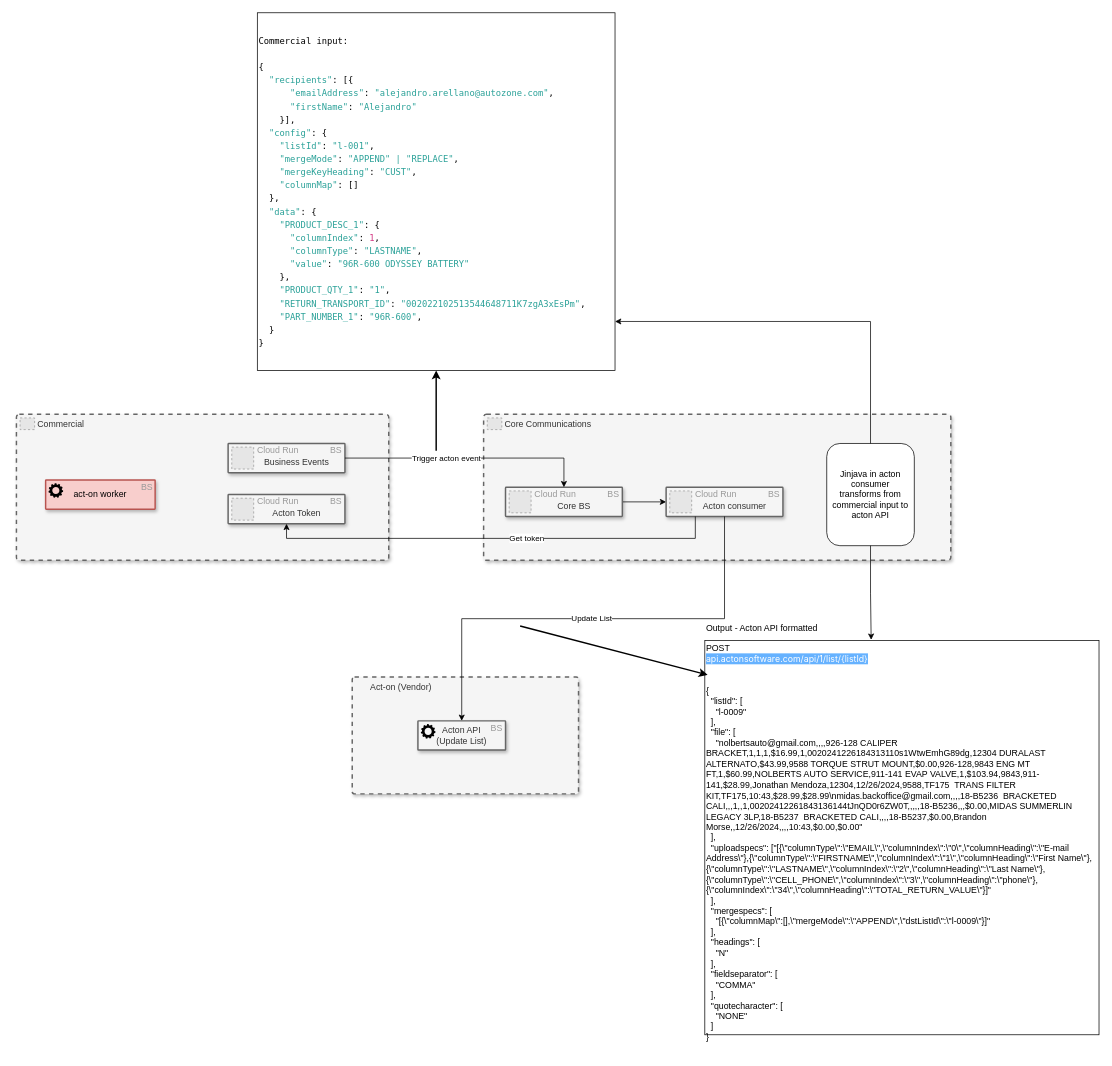
Before: page "Page-2" (2 of 2) of drawings/Core Communications Acton.drawio in AarellanoH/draw_io, a draw.io diagram. Source tidied: cells renumbered, new cells numbered last; positions are measured from the earlier drawing's top-left corner, leaving out a move shared by most shapes. Both pictures are drawn from the tidied source at 73%, with x=0, y=0 at pixel (16, 12). Pictures stored in the file or linked from it are replaced by grey dashed boxes.
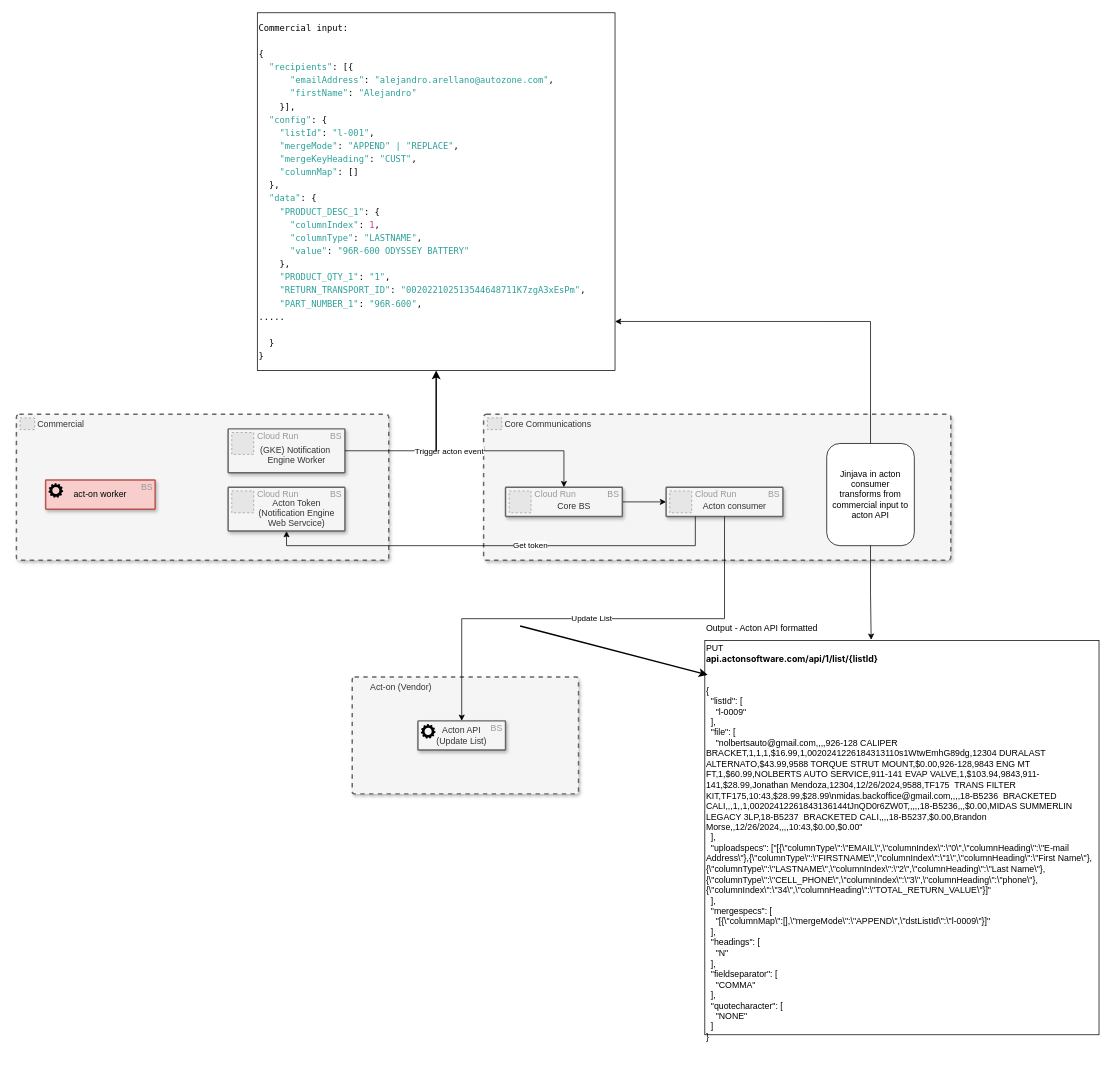
The same page after the edit.

The change refers to these unchanged cells:
```xml
<mxCell id="2" value="Commercial" style="rounded=1;whiteSpace=wrap;html=1;strokeWidth=2;fillColor=#f5f5f5;strokeColor=#666666;dashed=1;shadow=1;arcSize=2;verticalAlign=top;align=left;spacingLeft=27;fontColor=#333333;" parent="1" vertex="1">
  <mxGeometry y="550" width="510" height="200" as="geometry" />
</mxCell>
```

Diff of the diagram source:
```diff
@@
-    <mxCell id="4" value="Business Events" style="strokeColor=#666666;shadow=1;strokeWidth=2;rounded=1;absoluteArcSize=1;arcSize=2;fillColor=#f5f5f5;fontColor=#333333;spacingTop=10;spacingLeft=28;" parent="2" vertex="1">
-      <mxGeometry x="290" y="40" width="160" height="40" as="geometry" />
+    <mxCell id="4" value="(GKE) Notification &#10;Engine Worker" style="strokeColor=#666666;shadow=1;strokeWidth=2;rounded=1;absoluteArcSize=1;arcSize=2;fillColor=#f5f5f5;fontColor=#333333;spacingTop=10;spacingLeft=28;" parent="2" vertex="1">
+      <mxGeometry x="290" y="20" width="160" height="60" as="geometry" />
     </mxCell>
@@
     <mxCell id="6" value="BS" style="text;html=1;align=right;verticalAlign=top;whiteSpace=wrap;rounded=0;spacing=4;spacingTop=-6;fontColor=#999999;" parent="4" vertex="1">
-      <mxGeometry x="138" width="22" height="15" as="geometry" />
+      <mxGeometry x="138" width="22" height="22.5" as="geometry" />
     </mxCell>
@@
-    <mxCell id="10" value="Acton Token" style="strokeColor=#666666;shadow=1;strokeWidth=2;rounded=1;absoluteArcSize=1;arcSize=2;fillColor=#f5f5f5;fontColor=#333333;spacingTop=10;spacingLeft=28;" parent="2" vertex="1">
-      <mxGeometry x="290" y="110" width="160" height="40" as="geometry" />
+    <mxCell id="10" value="Acton Token&#10;(Notification Engine&#10;Web Servcice)" style="strokeColor=#666666;shadow=1;strokeWidth=2;rounded=1;absoluteArcSize=1;arcSize=2;fillColor=#f5f5f5;fontColor=#333333;spacingTop=10;spacingLeft=28;" parent="2" vertex="1">
+      <mxGeometry x="290" y="100" width="160" height="60" as="geometry" />
     </mxCell>
@@
     <mxCell id="12" value="BS" style="text;html=1;align=right;verticalAlign=top;whiteSpace=wrap;rounded=0;spacing=4;spacingTop=-6;fontColor=#999999;" parent="10" vertex="1">
-      <mxGeometry x="138" width="22" height="15" as="geometry" />
+      <mxGeometry x="138" width="22" height="22.5" as="geometry" />
     </mxCell>
@@
-    <mxCell id="29" value="&lt;div&gt;Output - Acton API formatted&lt;/div&gt;&lt;div&gt;&lt;br&gt;&lt;/div&gt;&lt;div&gt;POST&amp;nbsp;&lt;br&gt;&lt;span style=&quot;color: rgb(255, 255, 255); font-family: Inter, system-ui, -apple-system, &amp;quot;system-ui&amp;quot;, &amp;quot;Segoe UI&amp;quot;, Roboto, Oxygen, Ubuntu, Cantarell, &amp;quot;Fira Sans&amp;quot;, &amp;quot;Droid Sans&amp;quot;, Helvetica, Arial, sans-serif; white-space-collapse: preserve; background-color: rgb(102, 178, 255);&quot;&gt;api.actonsoftware.com/api/1/list/{listId}&lt;/span&gt;&lt;br&gt;&lt;br&gt;&lt;br&gt;{&lt;/div&gt;&lt;div&gt;&amp;nbsp; &quot;listId&quot;: [&lt;/div&gt;&lt;div&gt;&amp;nbsp; &amp;nbsp; &quot;l-0009&quot;&lt;/div&gt;&lt;div&gt;&amp;nbsp; ],&lt;/div&gt;&lt;div&gt;&amp;nbsp; &quot;file&quot;: [&lt;/div&gt;&lt;div&gt;&amp;nbsp; &amp;nbsp; &quot;nolbertsauto@gmail.com,,,,926-128 CALIPER BRACKET,1,1,1,$16.99,1,0020241226184313110s1WtwEmhG89dg,12304 DURALAST ALTERNATO,$43.99,9588 TORQUE STRUT MOUNT,$0.00,926-128,9843 ENG MT FT,1,$60.99,NOLBERTS AUTO SERVICE,911-141 EVAP VALVE,1,$103.94,9843,911-141,$28.99,Jonathan Mendoza,12304,12/26/2024,9588,TF175&amp;nbsp; TRANS FILTER KIT,TF175,10:43,$28.99,$28.99\nmidas.backoffice@gmail.com,,,,18-B5236&amp;nbsp; BRACKETED CALI,,,1,,1,00202412261843136144tJnQD0r6ZW0T,,,,,18-B5236,,,$0.00,MIDAS SUMMERLIN LEGACY 3LP,18-B5237&amp;nbsp; BRACKETED CALI,,,,18-B5237,$0.00,Brandon Morse,,12/26/2024,,,,10:43,$0.00,$0.00&quot;&lt;/div&gt;&lt;div&gt;&amp;nbsp; ],&lt;/div&gt;&lt;div&gt;&amp;nbsp; &quot;uploadspecs&quot;: [&quot;[{\&quot;columnType\&quot;:\&quot;EMAIL\&quot;,\&quot;columnIndex\&quot;:\&quot;0\&quot;,\&quot;columnHeading\&quot;:\&quot;E-mail Address\&quot;},{\&quot;columnType\&quot;:\&quot;FIRSTNAME\&quot;,\&quot;columnIndex\&quot;:\&quot;1\&quot;,\&quot;columnHeading\&quot;:\&quot;First Name\&quot;},{\&quot;columnType\&quot;:\&quot;LASTNAME\&quot;,\&quot;columnIndex\&quot;:\&quot;2\&quot;,\&quot;columnHeading\&quot;:\&quot;Last Name\&quot;},{\&quot;columnType\&quot;:\&quot;CELL_PHONE\&quot;,\&quot;columnIndex\&quot;:\&quot;3\&quot;,\&quot;columnHeading\&quot;:\&quot;phone\&quot;},{\&quot;columnIndex\&quot;:\&quot;34\&quot;,\&quot;columnHeading\&quot;:\&quot;TOTAL_RETURN_VALUE\&quot;}]&quot;&lt;/div&gt;&lt;div&gt;&amp;nbsp; ],&lt;/div&gt;&lt;div&gt;&amp;nbsp; &quot;mergespecs&quot;: [&lt;/div&gt;&lt;div&gt;&amp;nbsp; &amp;nbsp; &quot;[{\&quot;columnMap\&quot;:[],\&quot;mergeMode\&quot;:\&quot;APPEND\&quot;,\&quot;dstListId\&quot;:\&quot;l-0009\&quot;}]&quot;&lt;/div&gt;&lt;div&gt;&amp;nbsp; ],&lt;/div&gt;&lt;div&gt;&amp;nbsp; &quot;headings&quot;: [&lt;/div&gt;&lt;div&gt;&amp;nbsp; &amp;nbsp; &quot;N&quot;&lt;/div&gt;&lt;div&gt;&amp;nbsp; ],&lt;/div&gt;&lt;div&gt;&amp;nbsp; &quot;fieldseparator&quot;: [&lt;/div&gt;&lt;div&gt;&amp;nbsp; &amp;nbsp; &quot;COMMA&quot;&lt;/div&gt;&lt;div&gt;&amp;nbsp; ],&lt;/div&gt;&lt;div&gt;&amp;nbsp; &quot;quotecharacter&quot;: [&lt;/div&gt;&lt;div&gt;&amp;nbsp; &amp;nbsp; &quot;NONE&quot;&lt;/div&gt;&lt;div&gt;&amp;nbsp; ]&lt;/div&gt;&lt;div&gt;}&lt;/div&gt;&lt;div&gt;&lt;br&gt;&lt;/div&gt;" style="whiteSpace=wrap;html=1;align=left;" parent="1" vertex="1">
+    <mxCell id="29" value="&lt;div&gt;Output - Acton API formatted&lt;/div&gt;&lt;div&gt;&lt;br&gt;&lt;/div&gt;&lt;div&gt;PUT&lt;br&gt;&lt;span style=&quot;font-family: Inter, system-ui, -apple-system, &amp;quot;system-ui&amp;quot;, &amp;quot;Segoe UI&amp;quot;, Roboto, Oxygen, Ubuntu, Cantarell, &amp;quot;Fira Sans&amp;quot;, &amp;quot;Droid Sans&amp;quot;, Helvetica, Arial, sans-serif; white-space-collapse: preserve;&quot;&gt;&lt;b style=&quot;&quot;&gt;api.actonsoftware.com/api/1/list/{listId}&lt;/b&gt;&lt;/span&gt;&lt;br&gt;&lt;br&gt;&lt;br&gt;{&lt;/div&gt;&lt;div&gt;&amp;nbsp; &quot;listId&quot;: [&lt;/div&gt;&lt;div&gt;&amp;nbsp; &amp;nbsp; &quot;l-0009&quot;&lt;/div&gt;&lt;div&gt;&amp;nbsp; ],&lt;/div&gt;&lt;div&gt;&amp;nbsp; &quot;file&quot;: [&lt;/div&gt;&lt;div&gt;&amp;nbsp; &amp;nbsp; &quot;nolbertsauto@gmail.com,,,,926-128 CALIPER BRACKET,1,1,1,$16.99,1,0020241226184313110s1WtwEmhG89dg,12304 DURALAST ALTERNATO,$43.99,9588 TORQUE STRUT MOUNT,$0.00,926-128,9843 ENG MT FT,1,$60.99,NOLBERTS AUTO SERVICE,911-141 EVAP VALVE,1,$103.94,9843,911-141,$28.99,Jonathan Mendoza,12304,12/26/2024,9588,TF175&amp;nbsp; TRANS FILTER KIT,TF175,10:43,$28.99,$28.99\nmidas.backoffice@gmail.com,,,,18-B5236&amp;nbsp; BRACKETED CALI,,,1,,1,00202412261843136144tJnQD0r6ZW0T,,,,,18-B5236,,,$0.00,MIDAS SUMMERLIN LEGACY 3LP,18-B5237&amp;nbsp; BRACKETED CALI,,,,18-B5237,$0.00,Brandon Morse,,12/26/2024,,,,10:43,$0.00,$0.00&quot;&lt;/div&gt;&lt;div&gt;&amp;nbsp; ],&lt;/div&gt;&lt;div&gt;&amp;nbsp; &quot;uploadspecs&quot;: [&quot;[{\&quot;columnType\&quot;:\&quot;EMAIL\&quot;,\&quot;columnIndex\&quot;:\&quot;0\&quot;,\&quot;columnHeading\&quot;:\&quot;E-mail Address\&quot;},{\&quot;columnType\&quot;:\&quot;FIRSTNAME\&quot;,\&quot;columnIndex\&quot;:\&quot;1\&quot;,\&quot;columnHeading\&quot;:\&quot;First Name\&quot;},{\&quot;columnType\&quot;:\&quot;LASTNAME\&quot;,\&quot;columnIndex\&quot;:\&quot;2\&quot;,\&quot;columnHeading\&quot;:\&quot;Last Name\&quot;},{\&quot;columnType\&quot;:\&quot;CELL_PHONE\&quot;,\&quot;columnIndex\&quot;:\&quot;3\&quot;,\&quot;columnHeading\&quot;:\&quot;phone\&quot;},{\&quot;columnIndex\&quot;:\&quot;34\&quot;,\&quot;columnHeading\&quot;:\&quot;TOTAL_RETURN_VALUE\&quot;}]&quot;&lt;/div&gt;&lt;div&gt;&amp;nbsp; ],&lt;/div&gt;&lt;div&gt;&amp;nbsp; &quot;mergespecs&quot;: [&lt;/div&gt;&lt;div&gt;&amp;nbsp; &amp;nbsp; &quot;[{\&quot;columnMap\&quot;:[],\&quot;mergeMode\&quot;:\&quot;APPEND\&quot;,\&quot;dstListId\&quot;:\&quot;l-0009\&quot;}]&quot;&lt;/div&gt;&lt;div&gt;&amp;nbsp; ],&lt;/div&gt;&lt;div&gt;&amp;nbsp; &quot;headings&quot;: [&lt;/div&gt;&lt;div&gt;&amp;nbsp; &amp;nbsp; &quot;N&quot;&lt;/div&gt;&lt;div&gt;&amp;nbsp; ],&lt;/div&gt;&lt;div&gt;&amp;nbsp; &quot;fieldseparator&quot;: [&lt;/div&gt;&lt;div&gt;&amp;nbsp; &amp;nbsp; &quot;COMMA&quot;&lt;/div&gt;&lt;div&gt;&amp;nbsp; ],&lt;/div&gt;&lt;div&gt;&amp;nbsp; &quot;quotecharacter&quot;: [&lt;/div&gt;&lt;div&gt;&amp;nbsp; &amp;nbsp; &quot;NONE&quot;&lt;/div&gt;&lt;div&gt;&amp;nbsp; ]&lt;/div&gt;&lt;div&gt;}&lt;/div&gt;&lt;div&gt;&lt;br&gt;&lt;/div&gt;" style="whiteSpace=wrap;html=1;align=left;" parent="1" vertex="1">
       <mxGeometry x="943" y="860" width="540" height="540" as="geometry" />
     </mxCell>
@@
-    <mxCell id="33" value="&lt;div&gt;&lt;div style=&quot;font-family: Menlo, Monaco, &amp;quot;Courier New&amp;quot;, monospace; line-height: 18px; white-space: pre;&quot;&gt;&lt;div style=&quot;&quot;&gt;&lt;font style=&quot;color: rgb(0, 0, 0);&quot;&gt;Commercial input:&lt;br&gt;&lt;br&gt;{&lt;/font&gt;&lt;/div&gt;&lt;div style=&quot;&quot;&gt;&lt;font style=&quot;color: rgb(0, 0, 0);&quot;&gt;  &lt;span style=&quot;color: rgb(42, 161, 152);&quot;&gt;&quot;recipients&quot;&lt;/span&gt;: [{&lt;/font&gt;&lt;/div&gt;&lt;div style=&quot;&quot;&gt;&lt;font style=&quot;color: rgb(0, 0, 0);&quot;&gt;      &lt;span style=&quot;color: rgb(42, 161, 152);&quot;&gt;&quot;emailAddress&quot;&lt;/span&gt;: &lt;span style=&quot;color: rgb(42, 161, 152);&quot;&gt;&quot;alejandro.arellano@autozone.com&quot;&lt;/span&gt;,&lt;/font&gt;&lt;/div&gt;&lt;div style=&quot;&quot;&gt;&lt;font style=&quot;color: rgb(0, 0, 0);&quot;&gt;      &lt;span style=&quot;color: rgb(42, 161, 152);&quot;&gt;&quot;firstName&quot;&lt;/span&gt;: &lt;span style=&quot;color: rgb(42, 161, 152);&quot;&gt;&quot;Alejandro&quot;&lt;/span&gt;&lt;/font&gt;&lt;/div&gt;&lt;div style=&quot;&quot;&gt;&lt;font style=&quot;color: rgb(0, 0, 0);&quot;&gt;    }],&lt;/font&gt;&lt;/div&gt;&lt;div style=&quot;&quot;&gt;&lt;font style=&quot;color: rgb(0, 0, 0);&quot;&gt;  &lt;span style=&quot;color: rgb(42, 161, 152);&quot;&gt;&quot;config&quot;&lt;/span&gt;: {&lt;/font&gt;&lt;/div&gt;&lt;div style=&quot;&quot;&gt;&lt;font style=&quot;color: rgb(0, 0, 0);&quot;&gt;    &lt;span style=&quot;color: rgb(42, 161, 152);&quot;&gt;&quot;listId&quot;&lt;/span&gt;: &lt;span style=&quot;color: rgb(42, 161, 152);&quot;&gt;&quot;l-001&quot;&lt;/span&gt;,&lt;/font&gt;&lt;/div&gt;&lt;div style=&quot;&quot;&gt;&lt;font style=&quot;color: rgb(0, 0, 0);&quot;&gt;    &lt;span style=&quot;color: rgb(42, 161, 152);&quot;&gt;&quot;mergeMode&quot;&lt;/span&gt;: &lt;span style=&quot;color: rgb(42, 161, 152);&quot;&gt;&quot;APPEND&quot; | &quot;REPLACE&quot;&lt;/span&gt;,&lt;/font&gt;&lt;/div&gt;&lt;div style=&quot;&quot;&gt;&lt;font style=&quot;color: rgb(0, 0, 0);&quot;&gt;    &lt;span style=&quot;color: rgb(42, 161, 152);&quot;&gt;&quot;mergeKeyHeading&quot;&lt;/span&gt;: &lt;span style=&quot;color: rgb(42, 161, 152);&quot;&gt;&quot;CUST&quot;&lt;/span&gt;,&lt;/font&gt;&lt;/div&gt;&lt;div style=&quot;&quot;&gt;&lt;font style=&quot;color: rgb(0, 0, 0);&quot;&gt;    &lt;span style=&quot;color: rgb(42, 161, 152);&quot;&gt;&quot;columnMap&quot;&lt;/span&gt;: []&lt;/font&gt;&lt;/div&gt;&lt;div style=&quot;&quot;&gt;&lt;font style=&quot;color: rgb(0, 0, 0);&quot;&gt;  },&lt;/font&gt;&lt;/div&gt;&lt;div style=&quot;&quot;&gt;&lt;font style=&quot;color: rgb(0, 0, 0);&quot;&gt;  &lt;span style=&quot;color: rgb(42, 161, 152);&quot;&gt;&quot;data&quot;&lt;/span&gt;: {&lt;/font&gt;&lt;/div&gt;&lt;div style=&quot;&quot;&gt;&lt;font style=&quot;color: rgb(0, 0, 0);&quot;&gt;    &lt;span style=&quot;color: rgb(42, 161, 152);&quot;&gt;&quot;PRODUCT_DESC_1&quot;&lt;/span&gt;: {&lt;/font&gt;&lt;/div&gt;&lt;div style=&quot;&quot;&gt;&lt;font style=&quot;color: rgb(0, 0, 0);&quot;&gt;      &lt;span style=&quot;color: rgb(42, 161, 152);&quot;&gt;&quot;columnIndex&quot;&lt;/span&gt;: &lt;span style=&quot;color: rgb(211, 54, 130);&quot;&gt;1&lt;/span&gt;,&lt;/font&gt;&lt;/div&gt;&lt;div style=&quot;&quot;&gt;&lt;font style=&quot;color: rgb(0, 0, 0);&quot;&gt;      &lt;span style=&quot;color: rgb(42, 161, 152);&quot;&gt;&quot;columnType&quot;&lt;/span&gt;: &lt;span style=&quot;color: rgb(42, 161, 152);&quot;&gt;&quot;LASTNAME&quot;&lt;/span&gt;,&lt;/font&gt;&lt;/div&gt;&lt;div style=&quot;&quot;&gt;&lt;font style=&quot;color: rgb(0, 0, 0);&quot;&gt;      &lt;span style=&quot;color: rgb(42, 161, 152);&quot;&gt;&quot;value&quot;&lt;/span&gt;: &lt;span style=&quot;color: rgb(42, 161, 152);&quot;&gt;&quot;96R-600 ODYSSEY BATTERY&quot;&lt;/span&gt;&lt;/font&gt;&lt;/div&gt;&lt;div style=&quot;&quot;&gt;&lt;font style=&quot;color: rgb(0, 0, 0);&quot;&gt;    },&lt;/font&gt;&lt;/div&gt;&lt;div style=&quot;&quot;&gt;&lt;font style=&quot;color: rgb(0, 0, 0);&quot;&gt;    &lt;span style=&quot;color: rgb(42, 161, 152);&quot;&gt;&quot;PRODUCT_QTY_1&quot;&lt;/span&gt;: &lt;span style=&quot;color: rgb(42, 161, 152);&quot;&gt;&quot;1&quot;&lt;/span&gt;,&lt;/font&gt;&lt;/div&gt;&lt;div style=&quot;&quot;&gt;&lt;font style=&quot;color: rgb(0, 0, 0);&quot;&gt;    &lt;span style=&quot;color: rgb(42, 161, 152);&quot;&gt;&quot;RETURN_TRANSPORT_ID&quot;&lt;/span&gt;: &lt;span style=&quot;color: rgb(42, 161, 152);&quot;&gt;&quot;002022102513544648711K7zgA3xEsPm&quot;&lt;/span&gt;,&lt;/font&gt;&lt;/div&gt;&lt;div style=&quot;&quot;&gt;&lt;font style=&quot;color: rgb(0, 0, 0);&quot;&gt;    &lt;span style=&quot;color: rgb(42, 161, 152);&quot;&gt;&quot;PART_NUMBER_1&quot;&lt;/span&gt;: &lt;span style=&quot;color: rgb(42, 161, 152);&quot;&gt;&quot;96R-600&quot;&lt;/span&gt;,&lt;/font&gt;&lt;/div&gt;&lt;div style=&quot;&quot;&gt;&lt;font style=&quot;color: rgb(0, 0, 0);&quot;&gt;  }&lt;/font&gt;&lt;/div&gt;&lt;div style=&quot;&quot;&gt;&lt;font style=&quot;color: rgb(0, 0, 0);&quot;&gt;}&lt;/font&gt;&lt;/div&gt;&lt;/div&gt;&lt;/div&gt;" style="whiteSpace=wrap;html=1;align=left;fillColor=default;" parent="1" vertex="1">
+    <mxCell id="33" value="&lt;div&gt;&lt;div style=&quot;font-family: Menlo, Monaco, &amp;quot;Courier New&amp;quot;, monospace; line-height: 18px; white-space: pre;&quot;&gt;&lt;div style=&quot;&quot;&gt;&lt;font style=&quot;color: rgb(0, 0, 0);&quot;&gt;Commercial input:&lt;br&gt;&lt;br&gt;{&lt;/font&gt;&lt;/div&gt;&lt;div style=&quot;&quot;&gt;&lt;font style=&quot;color: rgb(0, 0, 0);&quot;&gt;  &lt;span style=&quot;color: rgb(42, 161, 152);&quot;&gt;&quot;recipients&quot;&lt;/span&gt;: [{&lt;/font&gt;&lt;/div&gt;&lt;div style=&quot;&quot;&gt;&lt;font style=&quot;color: rgb(0, 0, 0);&quot;&gt;      &lt;span style=&quot;color: rgb(42, 161, 152);&quot;&gt;&quot;emailAddress&quot;&lt;/span&gt;: &lt;span style=&quot;color: rgb(42, 161, 152);&quot;&gt;&quot;alejandro.arellano@autozone.com&quot;&lt;/span&gt;,&lt;/font&gt;&lt;/div&gt;&lt;div style=&quot;&quot;&gt;&lt;font style=&quot;color: rgb(0, 0, 0);&quot;&gt;      &lt;span style=&quot;color: rgb(42, 161, 152);&quot;&gt;&quot;firstName&quot;&lt;/span&gt;: &lt;span style=&quot;color: rgb(42, 161, 152);&quot;&gt;&quot;Alejandro&quot;&lt;/span&gt;&lt;/font&gt;&lt;/div&gt;&lt;div style=&quot;&quot;&gt;&lt;font style=&quot;color: rgb(0, 0, 0);&quot;&gt;    }],&lt;/font&gt;&lt;/div&gt;&lt;div style=&quot;&quot;&gt;&lt;font style=&quot;color: rgb(0, 0, 0);&quot;&gt;  &lt;span style=&quot;color: rgb(42, 161, 152);&quot;&gt;&quot;config&quot;&lt;/span&gt;: {&lt;/font&gt;&lt;/div&gt;&lt;div style=&quot;&quot;&gt;&lt;font style=&quot;color: rgb(0, 0, 0);&quot;&gt;    &lt;span style=&quot;color: rgb(42, 161, 152);&quot;&gt;&quot;listId&quot;&lt;/span&gt;: &lt;span style=&quot;color: rgb(42, 161, 152);&quot;&gt;&quot;l-001&quot;&lt;/span&gt;,&lt;/font&gt;&lt;/div&gt;&lt;div style=&quot;&quot;&gt;&lt;font style=&quot;color: rgb(0, 0, 0);&quot;&gt;    &lt;span style=&quot;color: rgb(42, 161, 152);&quot;&gt;&quot;mergeMode&quot;&lt;/span&gt;: &lt;span style=&quot;color: rgb(42, 161, 152);&quot;&gt;&quot;APPEND&quot; | &quot;REPLACE&quot;&lt;/span&gt;,&lt;/font&gt;&lt;/div&gt;&lt;div style=&quot;&quot;&gt;&lt;font style=&quot;color: rgb(0, 0, 0);&quot;&gt;    &lt;span style=&quot;color: rgb(42, 161, 152);&quot;&gt;&quot;mergeKeyHeading&quot;&lt;/span&gt;: &lt;span style=&quot;color: rgb(42, 161, 152);&quot;&gt;&quot;CUST&quot;&lt;/span&gt;,&lt;/font&gt;&lt;/div&gt;&lt;div style=&quot;&quot;&gt;&lt;font style=&quot;color: rgb(0, 0, 0);&quot;&gt;    &lt;span style=&quot;color: rgb(42, 161, 152);&quot;&gt;&quot;columnMap&quot;&lt;/span&gt;: []&lt;/font&gt;&lt;/div&gt;&lt;div style=&quot;&quot;&gt;&lt;font style=&quot;color: rgb(0, 0, 0);&quot;&gt;  },&lt;/font&gt;&lt;/div&gt;&lt;div style=&quot;&quot;&gt;&lt;font style=&quot;color: rgb(0, 0, 0);&quot;&gt;  &lt;span style=&quot;color: rgb(42, 161, 152);&quot;&gt;&quot;data&quot;&lt;/span&gt;: {&lt;/font&gt;&lt;/div&gt;&lt;div style=&quot;&quot;&gt;&lt;font style=&quot;color: rgb(0, 0, 0);&quot;&gt;    &lt;span style=&quot;color: rgb(42, 161, 152);&quot;&gt;&quot;PRODUCT_DESC_1&quot;&lt;/span&gt;: {&lt;/font&gt;&lt;/div&gt;&lt;div style=&quot;&quot;&gt;&lt;font style=&quot;color: rgb(0, 0, 0);&quot;&gt;      &lt;span style=&quot;color: rgb(42, 161, 152);&quot;&gt;&quot;columnIndex&quot;&lt;/span&gt;: &lt;span style=&quot;color: rgb(211, 54, 130);&quot;&gt;1&lt;/span&gt;,&lt;/font&gt;&lt;/div&gt;&lt;div style=&quot;&quot;&gt;&lt;font style=&quot;color: rgb(0, 0, 0);&quot;&gt;      &lt;span style=&quot;color: rgb(42, 161, 152);&quot;&gt;&quot;columnType&quot;&lt;/span&gt;: &lt;span style=&quot;color: rgb(42, 161, 152);&quot;&gt;&quot;LASTNAME&quot;&lt;/span&gt;,&lt;/font&gt;&lt;/div&gt;&lt;div style=&quot;&quot;&gt;&lt;font style=&quot;color: rgb(0, 0, 0);&quot;&gt;      &lt;span style=&quot;color: rgb(42, 161, 152);&quot;&gt;&quot;value&quot;&lt;/span&gt;: &lt;span style=&quot;color: rgb(42, 161, 152);&quot;&gt;&quot;96R-600 ODYSSEY BATTERY&quot;&lt;/span&gt;&lt;/font&gt;&lt;/div&gt;&lt;div style=&quot;&quot;&gt;&lt;font style=&quot;color: rgb(0, 0, 0);&quot;&gt;    },&lt;/font&gt;&lt;/div&gt;&lt;div style=&quot;&quot;&gt;&lt;font style=&quot;color: rgb(0, 0, 0);&quot;&gt;    &lt;span style=&quot;color: rgb(42, 161, 152);&quot;&gt;&quot;PRODUCT_QTY_1&quot;&lt;/span&gt;: &lt;span style=&quot;color: rgb(42, 161, 152);&quot;&gt;&quot;1&quot;&lt;/span&gt;,&lt;/font&gt;&lt;/div&gt;&lt;div style=&quot;&quot;&gt;&lt;font style=&quot;color: rgb(0, 0, 0);&quot;&gt;    &lt;span style=&quot;color: rgb(42, 161, 152);&quot;&gt;&quot;RETURN_TRANSPORT_ID&quot;&lt;/span&gt;: &lt;span style=&quot;color: rgb(42, 161, 152);&quot;&gt;&quot;002022102513544648711K7zgA3xEsPm&quot;&lt;/span&gt;,&lt;/font&gt;&lt;/div&gt;&lt;div style=&quot;&quot;&gt;&lt;font style=&quot;color: rgb(0, 0, 0);&quot;&gt;    &lt;span style=&quot;color: rgb(42, 161, 152);&quot;&gt;&quot;PART_NUMBER_1&quot;&lt;/span&gt;: &lt;span style=&quot;color: rgb(42, 161, 152);&quot;&gt;&quot;96R-600&quot;&lt;/span&gt;,&lt;/font&gt;&lt;/div&gt;&lt;div style=&quot;&quot;&gt;&lt;font style=&quot;color: rgb(0, 0, 0);&quot;&gt;.....&lt;/font&gt;&lt;/div&gt;&lt;div style=&quot;&quot;&gt;&lt;font style=&quot;color: rgb(0, 0, 0);&quot;&gt;&lt;br&gt;&lt;/font&gt;&lt;/div&gt;&lt;div style=&quot;&quot;&gt;&lt;font style=&quot;color: rgb(0, 0, 0);&quot;&gt;  }&lt;/font&gt;&lt;/div&gt;&lt;div style=&quot;&quot;&gt;&lt;font style=&quot;color: rgb(0, 0, 0);&quot;&gt;}&lt;/font&gt;&lt;/div&gt;&lt;/div&gt;&lt;/div&gt;" style="whiteSpace=wrap;html=1;align=left;fillColor=default;" parent="1" vertex="1">
       <mxGeometry x="330" width="490" height="490" as="geometry" />
     </mxCell>
```
